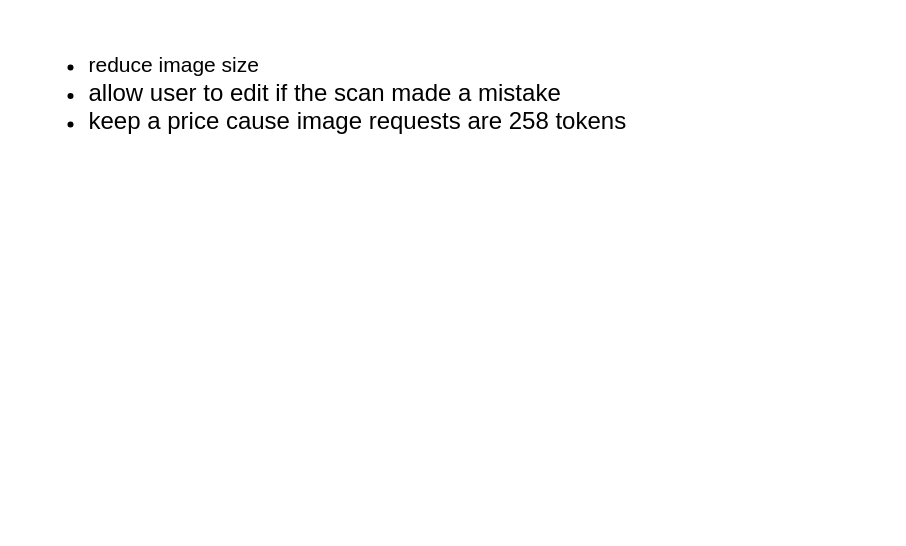
The draw.io diagram ocr.drawio in vs704vs/Architecture-Diagrams, before the edit. Source tidied: cells renumbered, new cells numbered last; positions are measured from the earlier drawing's top-left corner, leaving out a move shared by most shapes. Both pictures are drawn from the tidied source at 150%, with x=0, y=0 at pixel (26, 26).
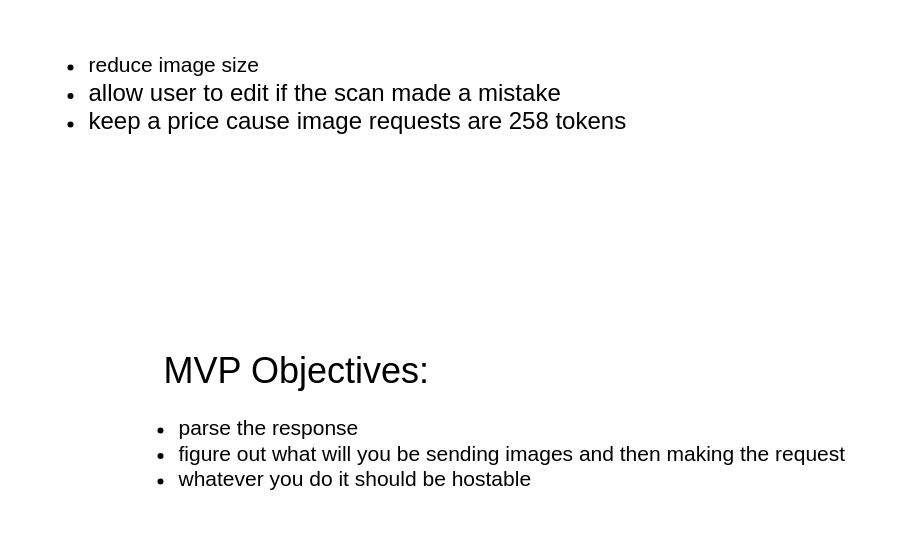
After the change.

The edit, as a diff of the source:
```diff
@@
 <mxGraphModel>
   <root>
     <mxCell id="0" />
     <mxCell id="1" parent="0" />
     <mxCell id="2" value="&lt;ul&gt;&lt;li&gt;&lt;font style=&quot;font-size: 14px;&quot;&gt;reduce image size&lt;/font&gt;&lt;/li&gt;&lt;li style=&quot;&quot;&gt;&lt;font size=&quot;3&quot;&gt;allow user to edit if the scan made a mistake&lt;/font&gt;&lt;/li&gt;&lt;li style=&quot;&quot;&gt;&lt;font size=&quot;3&quot;&gt;keep a price cause image requests are 258 tokens&lt;/font&gt;&lt;/li&gt;&lt;/ul&gt;" style="text;html=1;align=left;verticalAlign=middle;strokeColor=none;fillColor=none;" parent="1" vertex="1">
       <mxGeometry width="420" height="90" as="geometry" />
     </mxCell>
+    <mxCell id="3" value="&lt;font style=&quot;font-size: 24px;&quot;&gt;MVP Objectives:&lt;/font&gt;" style="text;html=1;align=center;verticalAlign=middle;strokeColor=none;fillColor=none;" parent="1" vertex="1">
+      <mxGeometry x="80" y="210" width="200" height="40" as="geometry" />
+    </mxCell>
+    <mxCell id="4" value="&lt;ul&gt;&lt;li&gt;&lt;span style=&quot;font-size: 14px;&quot;&gt;parse the response&lt;/span&gt;&lt;/li&gt;&lt;li&gt;&lt;span style=&quot;font-size: 14px;&quot;&gt;figure out what will you be sending images and then making the request&lt;/span&gt;&lt;/li&gt;&lt;li&gt;&lt;span style=&quot;font-size: 14px;&quot;&gt;whatever you do it should be hostable&lt;/span&gt;&lt;/li&gt;&lt;/ul&gt;" style="text;html=1;align=left;verticalAlign=middle;strokeColor=none;fillColor=none;" parent="1" vertex="1">
+      <mxGeometry x="60" y="240" width="510" height="90" as="geometry" />
+    </mxCell>
   </root>
 </mxGraphModel>
```
